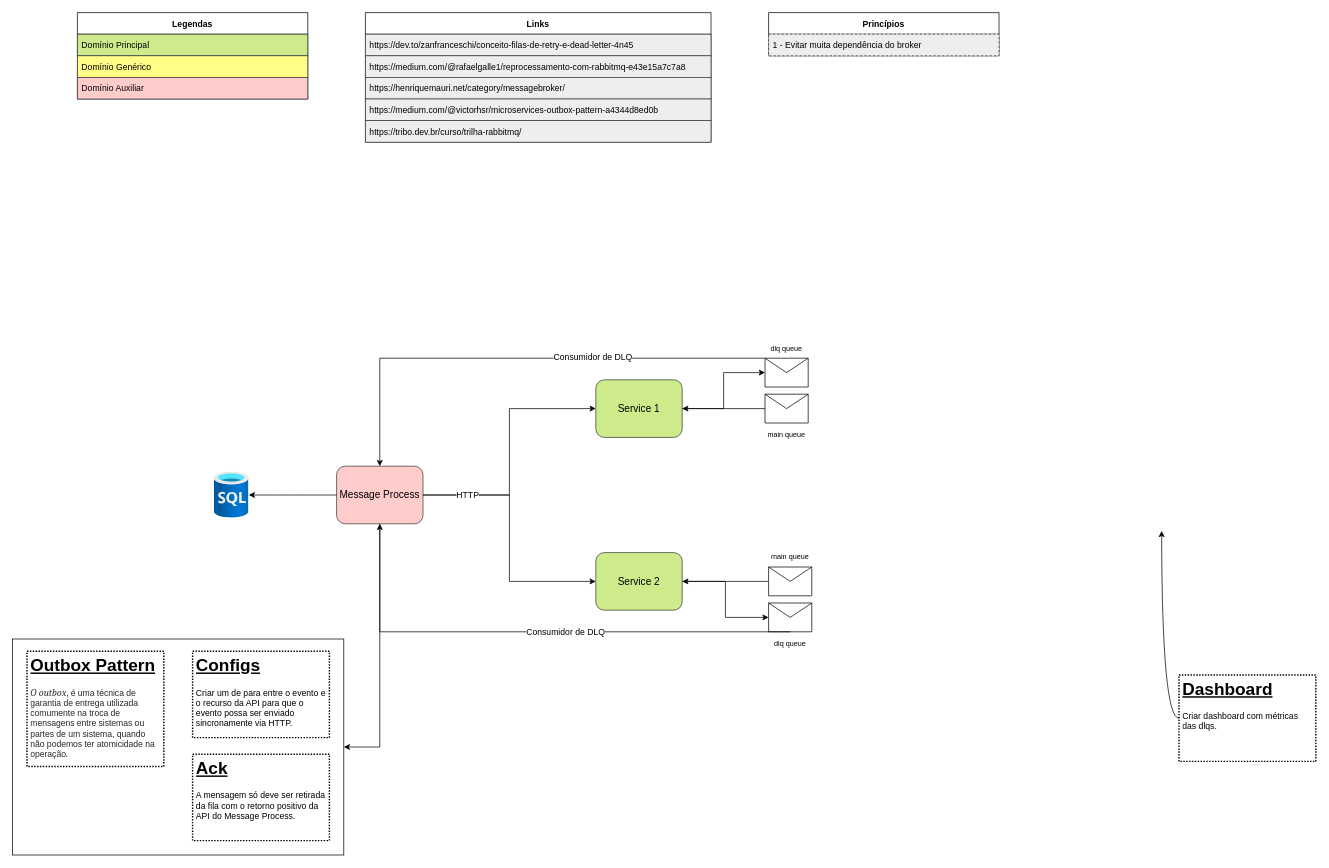
Above: page "Version 2 - RabbitMQ" (2 of 2) of docs/Arquitetura-Event-Process.drawio in wescleymatos/Event-Process (draw.io), before the change. Source tidied: cells renumbered, new cells numbered last; positions are measured from the earlier drawing's top-left corner, leaving out a move shared by most shapes. Both pictures are drawn from the tidied source at 72%, with x=0, y=0 at pixel (12, 12).
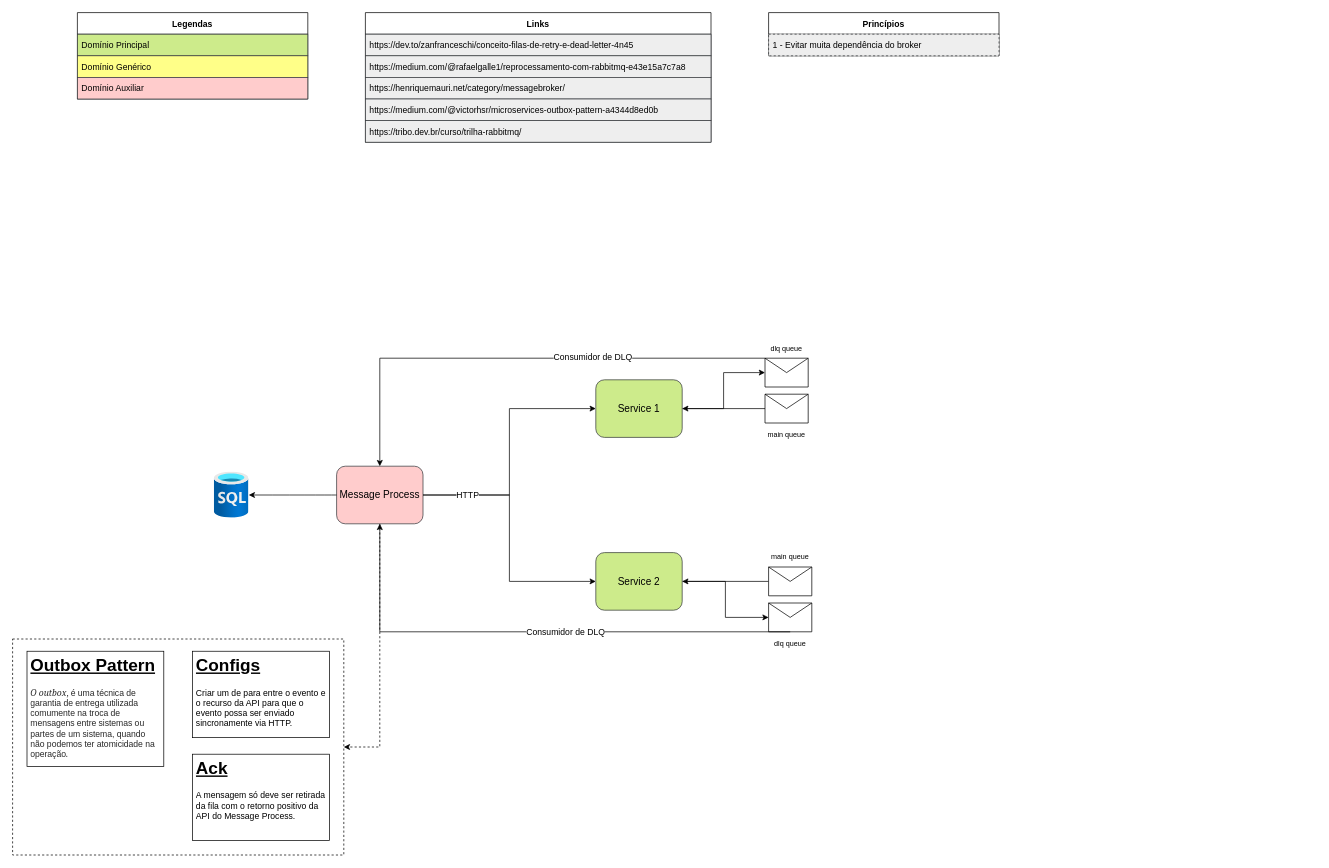
Above is the later version.

Commit message (it also covers changes not shown here):
Atualização de documentação

The change refers to these unchanged cells:
```xml
<mxCell id="3" value="&lt;font style=&quot;font-size: 14px&quot;&gt;Message Process&lt;/font&gt;" style="rounded=1;whiteSpace=wrap;html=1;fillColor=#ffcccc;strokeColor=#36393d;" parent="1" vertex="1">
  <mxGeometry x="450" y="630" width="120" height="80" as="geometry" />
</mxCell>
```

Diff of the diagram source:
```diff
@@
+    <mxCell id="44" style="rounded=0;whiteSpace=wrap;html=1;fillColor=none;dashed=1;strokeWidth=1;" parent="1" vertex="1">
+      <mxGeometry y="870" width="460" height="300" as="geometry" />
+    </mxCell>
-    <mxCell id="2" style="edgeStyle=orthogonalEdgeStyle;rounded=0;jettySize=auto;html=1;entryX=1;entryY=0.5;entryDx=0;entryDy=0;" parent="1" edge="1" source="3" target="44">
+    <mxCell id="2" style="edgeStyle=orthogonalEdgeStyle;jettySize=auto;html=1;entryX=1;entryY=0.5;entryDx=0;entryDy=0;rounded=0;jumpStyle=none;dashed=1;targetPerimeterSpacing=0;sourcePerimeterSpacing=0;strokeWidth=1;" parent="1" edge="1" source="3" target="44">
       <mxGeometry relative="1" as="geometry" />
     </mxCell>
@@
-    <mxCell id="27" value="&lt;h1&gt;&lt;u&gt;Outbox Pattern&lt;/u&gt;&lt;/h1&gt;&lt;p&gt;&lt;span style=&quot;color: rgb(41 , 41 , 41) ; font-family: &amp;#34;charter&amp;#34; , &amp;#34;georgia&amp;#34; , &amp;#34;cambria&amp;#34; , &amp;#34;times new roman&amp;#34; , &amp;#34;times&amp;#34; , serif ; font-style: italic ; letter-spacing: -0.063px&quot;&gt;O outbox&lt;/span&gt;&lt;span class=&quot;ii&quot; style=&quot;box-sizing: inherit ; color: rgb(41 , 41 , 41) ; font-family: &amp;#34;charter&amp;#34; , &amp;#34;georgia&amp;#34; , &amp;#34;cambria&amp;#34; , &amp;#34;times new roman&amp;#34; , &amp;#34;times&amp;#34; , serif ; letter-spacing: -0.063px&quot;&gt;, &lt;/span&gt;&lt;span class=&quot;ii&quot; style=&quot;box-sizing: inherit ; color: rgb(41 , 41 , 41) ; letter-spacing: -0.063px&quot;&gt;é uma técnica de garantia de entrega utilizada comumente na troca de mensagens entre&lt;/span&gt;&lt;span class=&quot;ii&quot; style=&quot;box-sizing: inherit ; color: rgb(41 , 41 , 41) ; font-family: &amp;#34;charter&amp;#34; , &amp;#34;georgia&amp;#34; , &amp;#34;cambria&amp;#34; , &amp;#34;times new roman&amp;#34; , &amp;#34;times&amp;#34; , serif ; letter-spacing: -0.063px&quot;&gt; &lt;/span&gt;&lt;span class=&quot;ii&quot; style=&quot;box-sizing: inherit ; color: rgb(41 , 41 , 41) ; letter-spacing: -0.063px&quot;&gt;sistemas &lt;/span&gt;&lt;span class=&quot;ii&quot; style=&quot;box-sizing: inherit ; color: rgb(41 , 41 , 41) ; letter-spacing: -0.063px&quot;&gt;ou partes de um sistema, quando não podemos ter atomicidade na operação&lt;/span&gt;&lt;span style=&quot;color: rgb(41 , 41 , 41) ; font-family: &amp;#34;charter&amp;#34; , &amp;#34;georgia&amp;#34; , &amp;#34;cambria&amp;#34; , &amp;#34;times new roman&amp;#34; , &amp;#34;times&amp;#34; , serif ; font-style: italic ; letter-spacing: -0.063px&quot;&gt;.&lt;/span&gt;&lt;br&gt;&lt;/p&gt;" style="text;html=1;strokeColor=default;fillColor=none;spacing=5;spacingTop=-20;whiteSpace=wrap;overflow=hidden;rounded=0;dashed=1;strokeWidth=2;dashPattern=1 1;" parent="1" vertex="1">
+    <mxCell id="27" value="&lt;h1&gt;&lt;u&gt;Outbox Pattern&lt;/u&gt;&lt;/h1&gt;&lt;p&gt;&lt;span style=&quot;color: rgb(41 , 41 , 41) ; font-family: &amp;#34;charter&amp;#34; , &amp;#34;georgia&amp;#34; , &amp;#34;cambria&amp;#34; , &amp;#34;times new roman&amp;#34; , &amp;#34;times&amp;#34; , serif ; font-style: italic ; letter-spacing: -0.063px&quot;&gt;O outbox&lt;/span&gt;&lt;span class=&quot;ii&quot; style=&quot;box-sizing: inherit ; color: rgb(41 , 41 , 41) ; font-family: &amp;#34;charter&amp;#34; , &amp;#34;georgia&amp;#34; , &amp;#34;cambria&amp;#34; , &amp;#34;times new roman&amp;#34; , &amp;#34;times&amp;#34; , serif ; letter-spacing: -0.063px&quot;&gt;, &lt;/span&gt;&lt;span class=&quot;ii&quot; style=&quot;box-sizing: inherit ; color: rgb(41 , 41 , 41) ; letter-spacing: -0.063px&quot;&gt;é uma técnica de garantia de entrega utilizada comumente na troca de mensagens entre&lt;/span&gt;&lt;span class=&quot;ii&quot; style=&quot;box-sizing: inherit ; color: rgb(41 , 41 , 41) ; font-family: &amp;#34;charter&amp;#34; , &amp;#34;georgia&amp;#34; , &amp;#34;cambria&amp;#34; , &amp;#34;times new roman&amp;#34; , &amp;#34;times&amp;#34; , serif ; letter-spacing: -0.063px&quot;&gt; &lt;/span&gt;&lt;span class=&quot;ii&quot; style=&quot;box-sizing: inherit ; color: rgb(41 , 41 , 41) ; letter-spacing: -0.063px&quot;&gt;sistemas &lt;/span&gt;&lt;span class=&quot;ii&quot; style=&quot;box-sizing: inherit ; color: rgb(41 , 41 , 41) ; letter-spacing: -0.063px&quot;&gt;ou partes de um sistema, quando não podemos ter atomicidade na operação&lt;/span&gt;&lt;span style=&quot;color: rgb(41 , 41 , 41) ; font-family: &amp;#34;charter&amp;#34; , &amp;#34;georgia&amp;#34; , &amp;#34;cambria&amp;#34; , &amp;#34;times new roman&amp;#34; , &amp;#34;times&amp;#34; , serif ; font-style: italic ; letter-spacing: -0.063px&quot;&gt;.&lt;/span&gt;&lt;br&gt;&lt;/p&gt;" style="text;html=1;strokeColor=default;fillColor=none;spacing=5;spacingTop=-20;whiteSpace=wrap;overflow=hidden;rounded=0;strokeWidth=1;" parent="1" vertex="1">
       <mxGeometry x="20" y="887" width="190" height="160" as="geometry" />
     </mxCell>
-    <mxCell id="28" value="&lt;h1&gt;&lt;u&gt;Ack&lt;/u&gt;&lt;/h1&gt;&lt;p&gt;A mensagem só deve ser retirada da fila com o retorno positivo da API do Message Process.&lt;/p&gt;" style="text;html=1;strokeColor=default;fillColor=none;spacing=5;spacingTop=-20;whiteSpace=wrap;overflow=hidden;rounded=0;dashed=1;strokeWidth=2;dashPattern=1 1;" parent="1" vertex="1">
+    <mxCell id="28" value="&lt;h1&gt;&lt;u&gt;Ack&lt;/u&gt;&lt;/h1&gt;&lt;p&gt;A mensagem só deve ser retirada da fila com o retorno positivo da API do Message Process.&lt;/p&gt;" style="text;html=1;strokeColor=default;fillColor=none;spacing=5;spacingTop=-20;whiteSpace=wrap;overflow=hidden;rounded=0;strokeWidth=1;" parent="1" vertex="1">
       <mxGeometry x="250" y="1030" width="190" height="120" as="geometry" />
     </mxCell>
-    <mxCell id="29" style="edgeStyle=orthogonalEdgeStyle;curved=1;rounded=0;jettySize=auto;html=1;entryX=0.716;entryY=0.993;entryDx=0;entryDy=0;entryPerimeter=0;" parent="1" edge="1" source="30">
-      <mxGeometry relative="1" as="geometry">
-        <mxPoint x="1595.9" y="719.8" as="targetPoint" />
-      </mxGeometry>
-    </mxCell>
-    <mxCell id="30" value="&lt;h1&gt;&lt;u&gt;Dashboard&lt;/u&gt;&lt;/h1&gt;&lt;p&gt;Criar dashboard com métricas das dlqs.&lt;/p&gt;" style="text;html=1;strokeColor=default;fillColor=none;spacing=5;spacingTop=-20;whiteSpace=wrap;overflow=hidden;rounded=0;dashed=1;strokeWidth=2;dashPattern=1 1;" parent="1" vertex="1">
-      <mxGeometry x="1620" y="920" width="190" height="120" as="geometry" />
-    </mxCell>
-    <mxCell id="31" value="&lt;h1&gt;&lt;u&gt;Configs&lt;/u&gt;&lt;/h1&gt;&lt;p&gt;Criar um de para entre o evento e o recurso da API para que o evento possa ser enviado sincronamente via HTTP.&lt;/p&gt;" style="text;html=1;strokeColor=default;fillColor=none;spacing=5;spacingTop=-20;whiteSpace=wrap;overflow=hidden;rounded=0;dashed=1;strokeWidth=2;dashPattern=1 1;" parent="1" vertex="1">
+    <mxCell id="31" value="&lt;h1&gt;&lt;u&gt;Configs&lt;/u&gt;&lt;/h1&gt;&lt;p&gt;Criar um de para entre o evento e o recurso da API para que o evento possa ser enviado sincronamente via HTTP.&lt;/p&gt;" style="text;html=1;strokeColor=default;fillColor=none;spacing=5;spacingTop=-20;whiteSpace=wrap;overflow=hidden;rounded=0;strokeWidth=1;" parent="1" vertex="1">
       <mxGeometry x="250" y="887" width="190" height="120" as="geometry" />
     </mxCell>
@@
-    <mxCell id="44" style="rounded=0;whiteSpace=wrap;html=1;fillColor=none;" parent="1" vertex="1">
-      <mxGeometry y="870" width="460" height="300" as="geometry" />
-    </mxCell>
```
